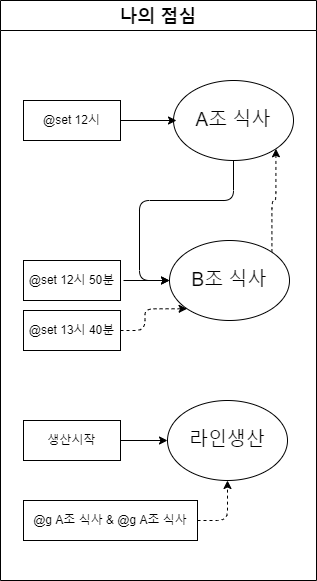
The draw.io diagram MySystem/png/my3.dio.png in DualsoftDev/ds, before a commit. Source tidied: cells renumbered, new cells last; positions are measured from the earlier drawing's top-left corner, leaving out a move shared by most shapes.
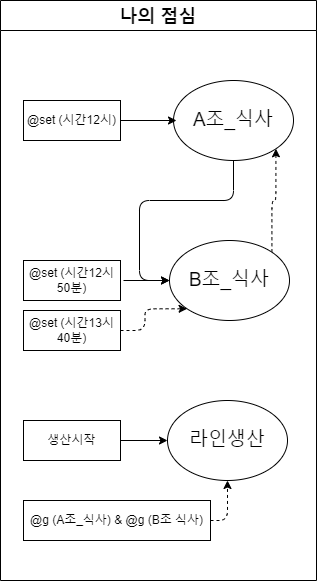
The same file after the commit.

Change to the diagram source:
```diff
@@ -14,31 +14,31 @@
         </Array>
       </mxGeometry>
     </mxCell>
-    <mxCell id="4" value="A조 식사" style="ellipse;whiteSpace=wrap;html=1;labelBackgroundColor=#FFFFFF;fontColor=none;fontSize=19;" parent="2" vertex="1">
+    <mxCell id="4" value="A조_식사" style="ellipse;whiteSpace=wrap;html=1;labelBackgroundColor=#FFFFFF;fontColor=none;fontSize=19;" parent="2" vertex="1">
       <mxGeometry x="173" y="80" width="120" height="80" as="geometry" />
     </mxCell>
     <mxCell id="5" style="edgeStyle=orthogonalEdgeStyle;html=1;exitX=1;exitY=0;exitDx=0;exitDy=0;entryX=1;entryY=1;entryDx=0;entryDy=0;dashed=1;" parent="2" edge="1" source="6" target="4">
       <mxGeometry relative="1" as="geometry" />
     </mxCell>
-    <mxCell id="6" value="B조 식사" style="ellipse;whiteSpace=wrap;html=1;labelBackgroundColor=#FFFFFF;fontColor=none;fontSize=19;" parent="2" vertex="1">
+    <mxCell id="6" value="B조_식사" style="ellipse;whiteSpace=wrap;html=1;labelBackgroundColor=#FFFFFF;fontColor=none;fontSize=19;" parent="2" vertex="1">
       <mxGeometry x="169" y="240" width="120" height="80" as="geometry" />
     </mxCell>
     <mxCell id="7" style="edgeStyle=none;html=1;exitX=1;exitY=0.5;exitDx=0;exitDy=0;entryX=0.025;entryY=0.5;entryDx=0;entryDy=0;entryPerimeter=0;" parent="2" edge="1" source="8" target="4">
       <mxGeometry relative="1" as="geometry" />
     </mxCell>
-    <mxCell id="8" value="@set 12시" style="rounded=0;whiteSpace=wrap;html=1;" parent="2" vertex="1">
+    <mxCell id="8" value="@set (시간12시)" style="rounded=0;whiteSpace=wrap;html=1;" parent="2" vertex="1">
       <mxGeometry x="23" y="100" width="97" height="40" as="geometry" />
     </mxCell>
     <mxCell id="9" style="edgeStyle=orthogonalEdgeStyle;html=1;exitX=1;exitY=0.5;exitDx=0;exitDy=0;entryX=0.5;entryY=1;entryDx=0;entryDy=0;dashed=1;" parent="2" edge="1" source="10" target="11">
       <mxGeometry relative="1" as="geometry" />
     </mxCell>
-    <mxCell id="10" value="@g A조 식사 &amp;amp; @g A조 식사" style="rounded=0;whiteSpace=wrap;html=1;" parent="2" vertex="1">
-      <mxGeometry x="23" y="500" width="174" height="40" as="geometry" />
+    <mxCell id="10" value="@g (A조_식사) &amp;amp; @g (B조 식사)" style="rounded=0;whiteSpace=wrap;html=1;" parent="2" vertex="1">
+      <mxGeometry x="23" y="500" width="187" height="40" as="geometry" />
     </mxCell>
     <mxCell id="11" value="라인생산" style="ellipse;whiteSpace=wrap;html=1;labelBackgroundColor=#FFFFFF;fontColor=none;fontSize=19;" parent="2" vertex="1">
       <mxGeometry x="167" y="400" width="120" height="80" as="geometry" />
     </mxCell>
-    <mxCell id="12" value="@set 12시&amp;nbsp;50분" style="rounded=0;whiteSpace=wrap;html=1;" parent="2" vertex="1">
+    <mxCell id="12" value="@set (시간12시50분)" style="rounded=0;whiteSpace=wrap;html=1;" parent="2" vertex="1">
       <mxGeometry x="23" y="260" width="97" height="40" as="geometry" />
     </mxCell>
     <mxCell id="13" style="edgeStyle=none;html=1;entryX=0;entryY=0.5;entryDx=0;entryDy=0;" parent="2" edge="1" target="6">
@@ -55,7 +55,7 @@
     <mxCell id="16" style="edgeStyle=orthogonalEdgeStyle;html=1;exitX=1;exitY=0.5;exitDx=0;exitDy=0;entryX=0;entryY=1;entryDx=0;entryDy=0;dashed=1;" parent="2" edge="1" source="17" target="6">
       <mxGeometry relative="1" as="geometry" />
     </mxCell>
-    <mxCell id="17" value="@set 13시 40분" style="rounded=0;whiteSpace=wrap;html=1;" parent="2" vertex="1">
+    <mxCell id="17" value="@set (시간13시40분)" style="rounded=0;whiteSpace=wrap;html=1;" parent="2" vertex="1">
       <mxGeometry x="23" y="310" width="97" height="40" as="geometry" />
     </mxCell>
   </root>
```
